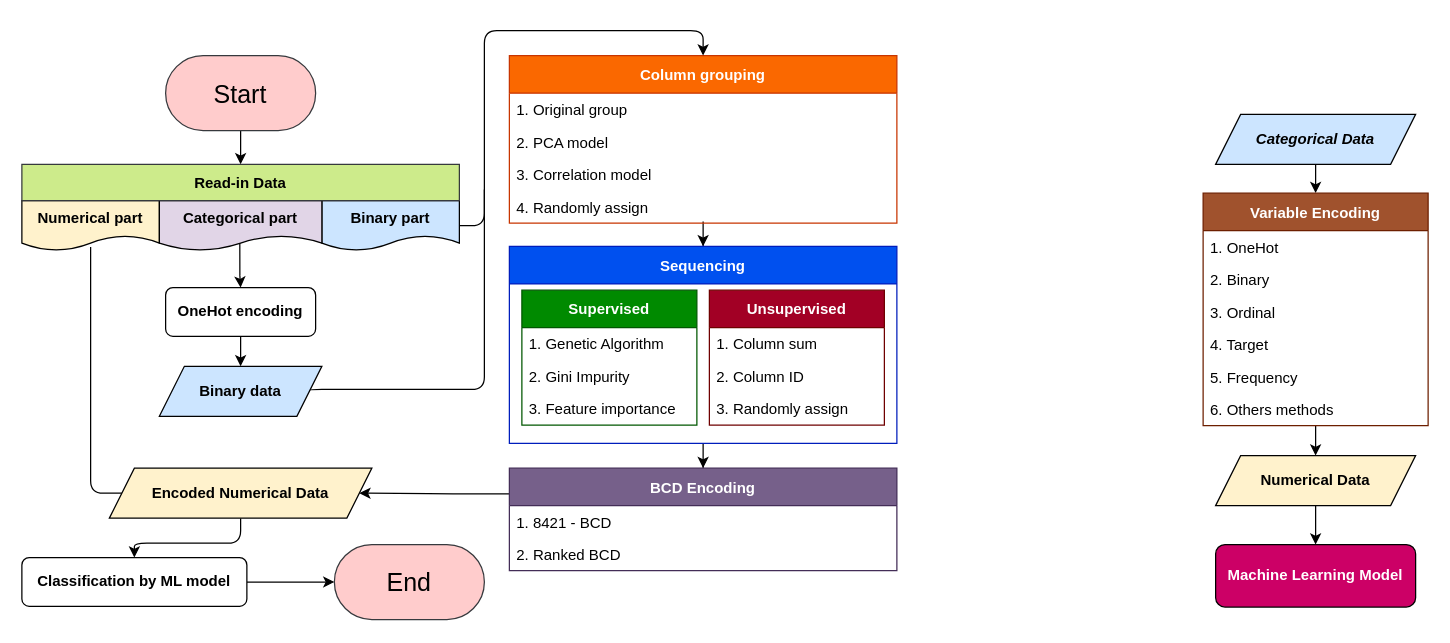
Before: draw io/binary data encoding.drawio in R64825/NTUIIE-Research, a draw.io diagram. Source tidied: cells renumbered, new cells numbered last; positions are measured from the earlier drawing's top-left corner, leaving out a move shared by most shapes. Both pictures are drawn from the tidied source at 125%, with x=0, y=0 at pixel (21, 55).
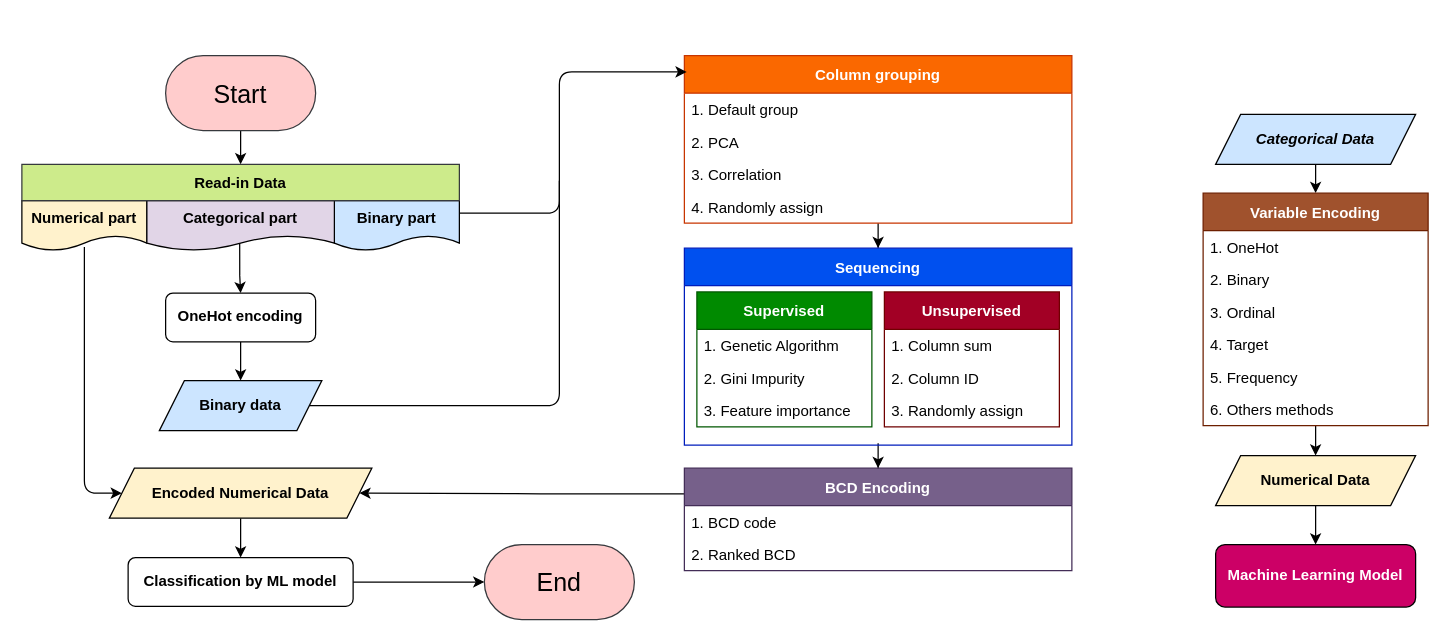
The same diagram, later.

The change refers to these unchanged cells:
```xml
<mxCell id="14" value="&lt;span style=&quot;text-align: left;&quot;&gt;&lt;span style=&quot;font-style: normal;&quot;&gt;Encoded&amp;nbsp;Numerical Data&lt;/span&gt;&lt;/span&gt;" style="shape=parallelogram;perimeter=parallelogramPerimeter;whiteSpace=wrap;html=1;fixedSize=1;fillColor=#fff2cc;fontStyle=3;" parent="1" vertex="1">
  <mxGeometry x="70" y="330" width="210" height="40" as="geometry" />
</mxCell>
```

The edit, as a diff of the source:
```diff
@@
     <mxCell id="2" value="End" style="rounded=1;whiteSpace=wrap;html=1;arcSize=50;fontSize=20;fillColor=#ffcccc;strokeColor=#36393d;fontStyle=0;" parent="1" vertex="1">
-      <mxGeometry x="250" y="391.1" width="120" height="60" as="geometry" />
+      <mxGeometry x="370" y="391.1" width="120" height="60" as="geometry" />
     </mxCell>
@@
     <mxCell id="5" style="edgeStyle=orthogonalEdgeStyle;rounded=1;jettySize=auto;html=1;exitX=1;exitY=0.5;exitDx=0;exitDy=0;strokeColor=default;endFill=0;anchorPointDirection=1;endArrow=none;" parent="1" edge="1" source="6">
       <mxGeometry relative="1" as="geometry">
-        <mxPoint x="370" y="107" as="targetPoint" />
+        <mxPoint x="430" y="100" as="targetPoint" />
         <Array as="points">
-          <mxPoint x="230" y="267" />
-          <mxPoint x="370" y="267" />
+          <mxPoint x="430" y="280" />
         </Array>
       </mxGeometry>
     </mxCell>
     <mxCell id="6" value="Binary data" style="shape=parallelogram;perimeter=parallelogramPerimeter;whiteSpace=wrap;html=1;fixedSize=1;fillColor=#cce5ff;fontStyle=1;" parent="1" vertex="1">
-      <mxGeometry x="110" y="248.5" width="130" height="40" as="geometry" />
+      <mxGeometry x="110" y="260" width="130" height="40" as="geometry" />
     </mxCell>
@@
     <mxCell id="8" value="Column grouping" style="swimlane;fontStyle=1;horizontal=1;startSize=30;fillColor=#fa6800;strokeColor=#C73500;fontColor=#FFFFFF;" parent="1" vertex="1">
-      <mxGeometry x="390" width="310" height="134" as="geometry" />
+      <mxGeometry x="530" width="310" height="134" as="geometry" />
     </mxCell>
-    <mxCell id="9" value="1. Original group" style="text;strokeColor=none;fillColor=none;align=left;verticalAlign=top;spacingLeft=4;spacingRight=4;overflow=hidden;" parent="8" vertex="1">
+    <mxCell id="9" value="1. Default group" style="text;strokeColor=none;fillColor=none;align=left;verticalAlign=top;spacingLeft=4;spacingRight=4;overflow=hidden;" parent="8" vertex="1">
       <mxGeometry y="30" width="310" height="26" as="geometry" />
     </mxCell>
-    <mxCell id="10" value="2. PCA model" style="text;strokeColor=none;fillColor=none;align=left;verticalAlign=top;spacingLeft=4;spacingRight=4;overflow=hidden;" parent="8" vertex="1">
+    <mxCell id="10" value="2. PCA" style="text;strokeColor=none;fillColor=none;align=left;verticalAlign=top;spacingLeft=4;spacingRight=4;overflow=hidden;" parent="8" vertex="1">
       <mxGeometry y="56" width="310" height="26" as="geometry" />
     </mxCell>
-    <mxCell id="11" value="3. Correlation model" style="text;strokeColor=none;fillColor=none;align=left;verticalAlign=top;spacingLeft=4;spacingRight=4;overflow=hidden;" parent="8" vertex="1">
+    <mxCell id="11" value="3. Correlation" style="text;strokeColor=none;fillColor=none;align=left;verticalAlign=top;spacingLeft=4;spacingRight=4;overflow=hidden;" parent="8" vertex="1">
       <mxGeometry y="82" width="310" height="26" as="geometry" />
     </mxCell>
@@
     <mxCell id="16" value="Sequencing" style="swimlane;startSize=30;fontStyle=1;fillColor=#0050ef;strokeColor=#001DBC;fontColor=#ffffff;" parent="1" vertex="1">
-      <mxGeometry x="390" y="152.6" width="310" height="157.5" as="geometry" />
+      <mxGeometry x="530" y="154" width="310" height="157.5" as="geometry" />
     </mxCell>
@@
     <mxCell id="26" value="BCD Encoding" style="swimlane;fontStyle=1;horizontal=1;startSize=30;fillColor=#76608a;strokeColor=#432D57;fontColor=#ffffff;" parent="1" vertex="1">
-      <mxGeometry x="390" y="330" width="310" height="82" as="geometry" />
+      <mxGeometry x="530" y="330" width="310" height="82" as="geometry" />
     </mxCell>
-    <mxCell id="27" value="1. 8421 - BCD" style="text;strokeColor=none;fillColor=none;align=left;verticalAlign=top;spacingLeft=4;spacingRight=4;overflow=hidden;" parent="26" vertex="1">
+    <mxCell id="27" value="1. BCD code" style="text;strokeColor=none;fillColor=none;align=left;verticalAlign=top;spacingLeft=4;spacingRight=4;overflow=hidden;" parent="26" vertex="1">
       <mxGeometry y="30" width="310" height="26" as="geometry" />
     </mxCell>
@@
-    <mxCell id="31" style="edgeStyle=orthogonalEdgeStyle;rounded=1;jettySize=auto;html=1;entryX=0;entryY=0.5;entryDx=0;entryDy=0;exitX=0.5;exitY=0.925;exitDx=0;exitDy=0;exitPerimeter=0;endArrow=none;endFill=0;" parent="1" edge="1" source="32" target="14">
+    <mxCell id="31" style="edgeStyle=orthogonalEdgeStyle;rounded=1;jettySize=auto;html=1;entryX=0;entryY=0.5;entryDx=0;entryDy=0;exitX=0.5;exitY=0.925;exitDx=0;exitDy=0;exitPerimeter=0;endArrow=classic;endFill=1;" parent="1" edge="1" source="32" target="14">
       <mxGeometry relative="1" as="geometry">
         <Array as="points">
-          <mxPoint x="55" y="350" />
+          <mxPoint x="50" y="350" />
         </Array>
       </mxGeometry>
     </mxCell>
     <mxCell id="32" value="&lt;b&gt;Numerical part&lt;/b&gt;" style="shape=document;whiteSpace=wrap;html=1;boundedLbl=1;fontFamily=Helvetica;fontSize=12;fontColor=default;align=center;strokeColor=#000000;fillColor=#fff2cc;" parent="1" vertex="1">
-      <mxGeometry y="116" width="110" height="40" as="geometry" />
+      <mxGeometry y="116" width="100" height="40" as="geometry" />
     </mxCell>
-    <mxCell id="33" style="edgeStyle=orthogonalEdgeStyle;rounded=1;jettySize=auto;html=1;entryX=0.5;entryY=0;entryDx=0;entryDy=0;" parent="1" edge="1" source="34" target="8">
-      <mxGeometry relative="1" as="geometry" />
+    <mxCell id="33" style="edgeStyle=orthogonalEdgeStyle;rounded=1;jettySize=auto;html=1;entryX=0.006;entryY=0.097;entryDx=0;entryDy=0;entryPerimeter=0;endArrow=classic;endFill=1;exitX=1;exitY=0.25;exitDx=0;exitDy=0;" parent="1" edge="1" source="34" target="8">
+      <mxGeometry relative="1" as="geometry">
+        <Array as="points">
+          <mxPoint x="430" y="126" />
+          <mxPoint x="430" y="13" />
+        </Array>
+      </mxGeometry>
     </mxCell>
     <mxCell id="34" value="&lt;b&gt;Binary part&lt;/b&gt;" style="shape=document;whiteSpace=wrap;html=1;boundedLbl=1;fontFamily=Helvetica;fontSize=12;fontColor=default;align=center;strokeColor=default;fillColor=#cce5ff;" parent="1" vertex="1">
-      <mxGeometry x="240" y="116" width="110" height="40" as="geometry" />
+      <mxGeometry x="250" y="116" width="100" height="40" as="geometry" />
     </mxCell>
@@
     <mxCell id="36" value="OneHot encoding" style="rounded=1;whiteSpace=wrap;html=1;fontSize=12;glass=0;strokeWidth=1;shadow=0;fontStyle=1;" parent="1" vertex="1">
-      <mxGeometry x="115" y="185.6" width="120" height="38.9" as="geometry" />
+      <mxGeometry x="115" y="190" width="120" height="38.9" as="geometry" />
     </mxCell>
@@
     <mxCell id="49" value="&lt;b&gt;Categorical part&lt;/b&gt;" style="shape=document;whiteSpace=wrap;html=1;boundedLbl=1;fontFamily=Helvetica;fontSize=12;fontColor=default;align=center;strokeColor=#000000;fillColor=#e1d5e7;" parent="1" vertex="1">
-      <mxGeometry x="110" y="116" width="130" height="40" as="geometry" />
+      <mxGeometry x="100" y="116" width="150" height="40" as="geometry" />
     </mxCell>
@@
     <mxCell id="51" value="Classification by ML model" style="rounded=1;whiteSpace=wrap;html=1;fontSize=12;glass=0;strokeWidth=1;shadow=0;fontStyle=1;" parent="1" vertex="1">
-      <mxGeometry y="401.6" width="180" height="38.9" as="geometry" />
+      <mxGeometry x="85" y="401.6" width="180" height="38.9" as="geometry" />
     </mxCell>
```
